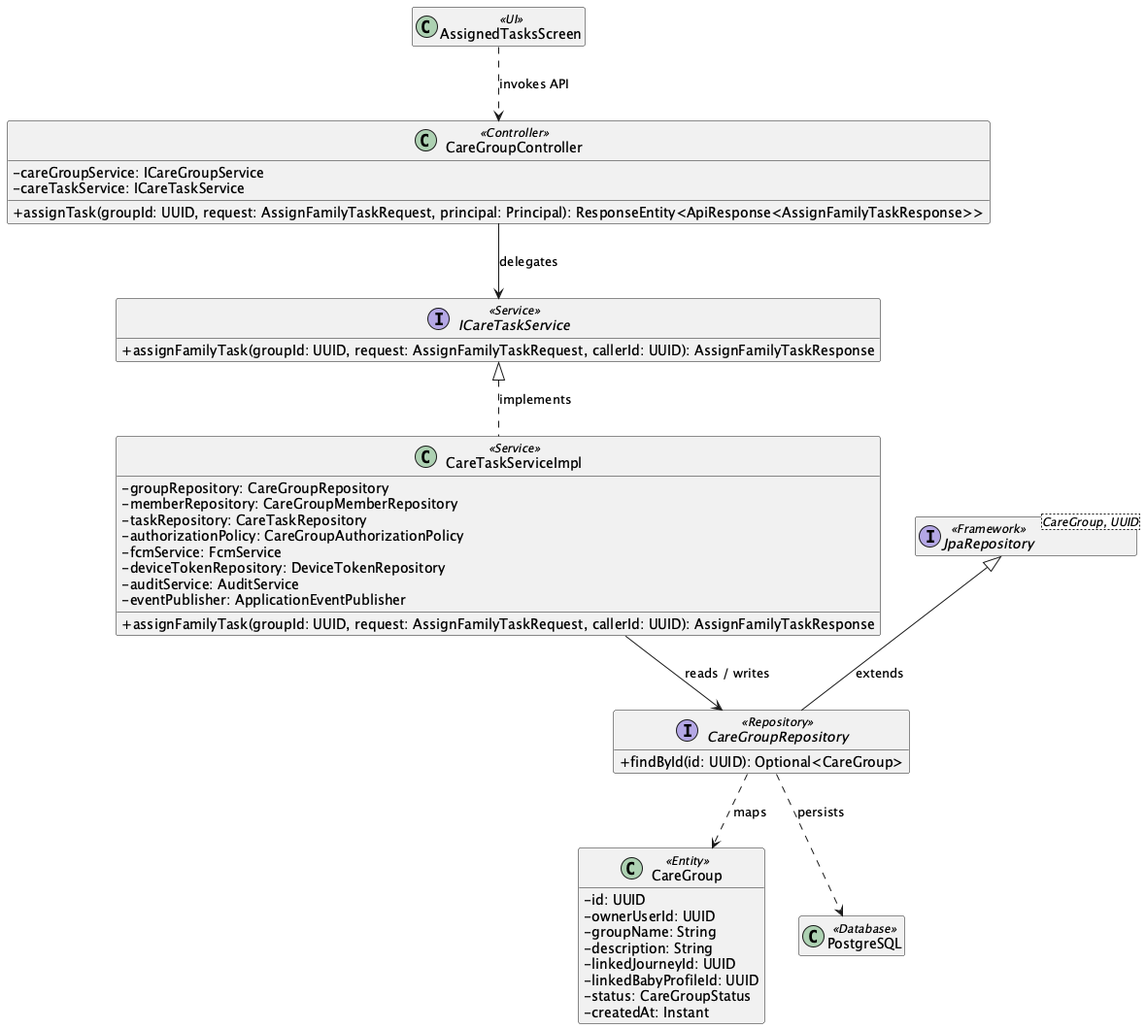
Before: 03_Design/Detailed_Design/MF08_Family_Sync_Cooperative_Care/images/03_Family_Care_Task_Assignment_and_Status_ClassDiagram.png, a diagram exported from PlantUML (ChuongBDHE172784/CareBridge_SEP490_G79). Source of this version:
```plantuml
@startuml
skinparam classAttributeIconSize 0
hide empty members

class "AssignedTasksScreen" as UIAssignedTasksScreen <<UI>>
class "CareGroupController" as ControllerCareGroupController <<Controller>> {
  - careGroupService: ICareGroupService
  - careTaskService: ICareTaskService
  + assignTask(groupId: UUID, request: AssignFamilyTaskRequest, principal: Principal): ResponseEntity<ApiResponse<AssignFamilyTaskResponse>>
}
interface "ICareTaskService" as ServiceContractICareTaskService <<Service>> {
  + assignFamilyTask(groupId: UUID, request: AssignFamilyTaskRequest, callerId: UUID): AssignFamilyTaskResponse
}
class "CareTaskServiceImpl" as ServiceCareTaskServiceImpl <<Service>> {
  - groupRepository: CareGroupRepository
  - memberRepository: CareGroupMemberRepository
  - taskRepository: CareTaskRepository
  - authorizationPolicy: CareGroupAuthorizationPolicy
  - fcmService: FcmService
  - deviceTokenRepository: DeviceTokenRepository
  - auditService: AuditService
  - eventPublisher: ApplicationEventPublisher
  + assignFamilyTask(groupId: UUID, request: AssignFamilyTaskRequest, callerId: UUID): AssignFamilyTaskResponse
}
ServiceContractICareTaskService <|.. ServiceCareTaskServiceImpl : implements
interface "CareGroupRepository" as RepositoryCareGroupRepository <<Repository>> {
  + findById(id: UUID): Optional<CareGroup>
}
class "CareGroup" as EntityCareGroup <<Entity>> {
  - id: UUID
  - ownerUserId: UUID
  - groupName: String
  - description: String
  - linkedJourneyId: UUID
  - linkedBabyProfileId: UUID
  - status: CareGroupStatus
  - createdAt: Instant
}
interface "JpaRepository<CareGroup, UUID>" as RepositoryBaseCareGroupRepository <<Framework>>
RepositoryBaseCareGroupRepository <|-- RepositoryCareGroupRepository : extends
class "PostgreSQL" as DB <<Database>>
UIAssignedTasksScreen ..> ControllerCareGroupController : invokes API
ControllerCareGroupController --> ServiceContractICareTaskService : delegates
ServiceCareTaskServiceImpl --> RepositoryCareGroupRepository : reads / writes
RepositoryCareGroupRepository ..> EntityCareGroup : maps
RepositoryCareGroupRepository ..> DB : persists
@enduml
```
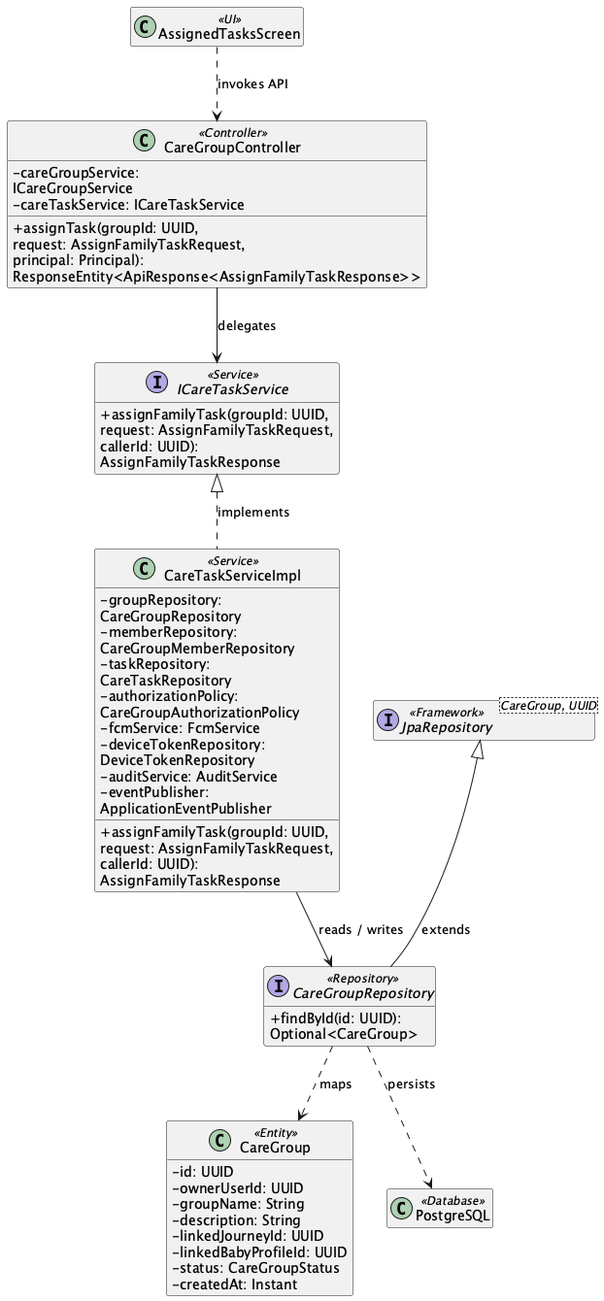
The same diagram one commit later.

What changed in the source:
```diff
@@ -1,5 +1,6 @@
-@startuml
+@startuml ClassDiagram_03FamilyCareTaskAssignmentandStatus
 skinparam classAttributeIconSize 0
+skinparam wrapWidth 250
 hide empty members
 
 class "AssignedTasksScreen" as UIAssignedTasksScreen <<UI>>
```
